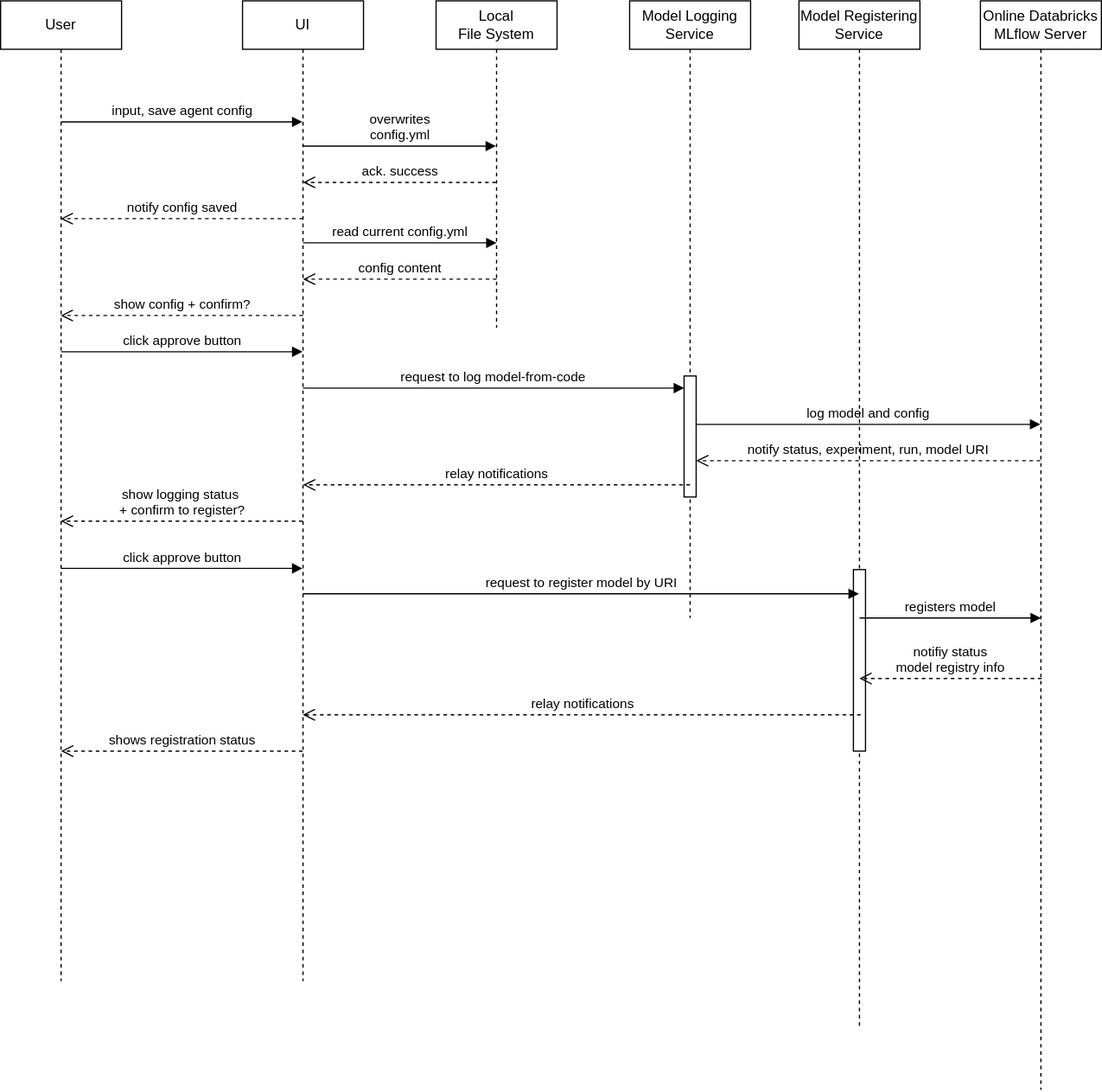
Above: agent-authoring-app.drawio.svg in joshuavaple/draw-io (draw.io), before the change. Source tidied: cells renumbered, new cells last; positions are measured from the earlier drawing's top-left corner, leaving out a move shared by most shapes.
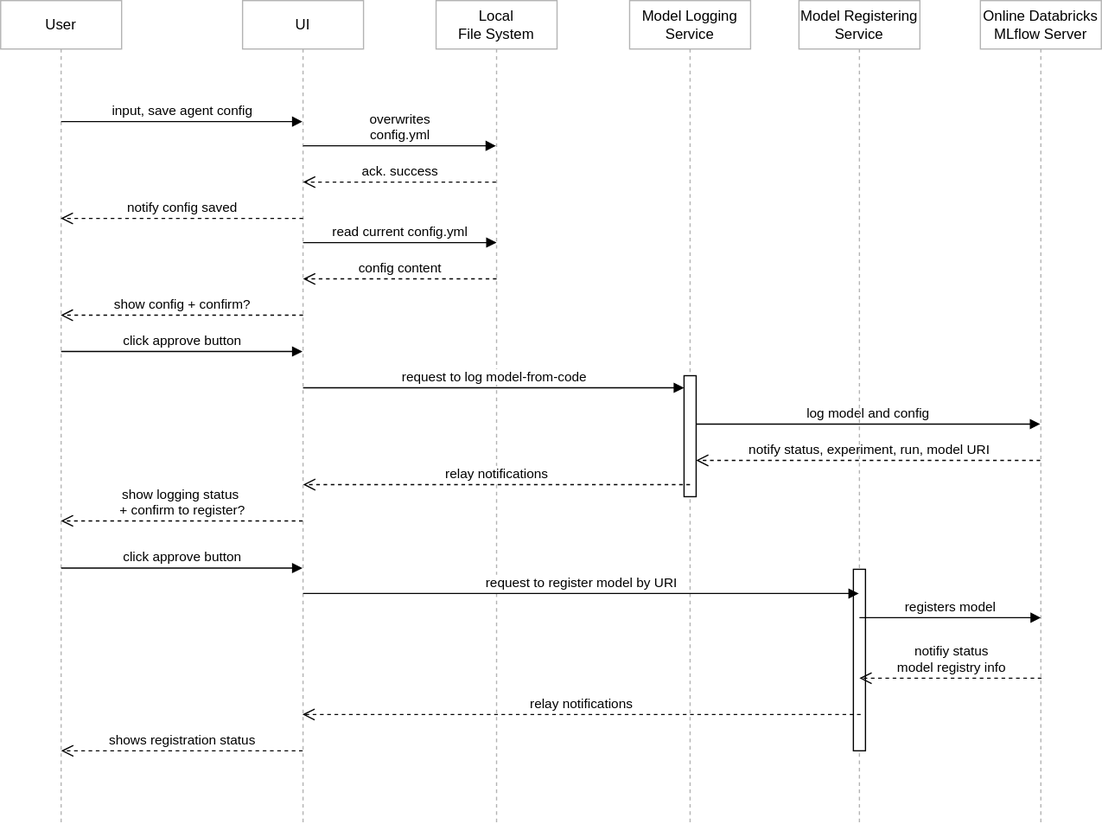
The same file after the commit.

Commit message:
improved formatting

Diff of the diagram source:
```diff
@@ -2,11 +2,11 @@
   <root>
     <mxCell id="0" />
     <mxCell id="1" parent="0" />
-    <mxCell id="2" value="UI" style="shape=umlLifeline;perimeter=lifelinePerimeter;whiteSpace=wrap;html=1;outlineConnect=0;portConstraint=eastwest;newEdgeStyle={&quot;edgeStyle&quot;:&quot;elbowEdgeStyle&quot;,&quot;elbow&quot;:&quot;vertical&quot;,&quot;curved&quot;:0,&quot;rounded&quot;:0};" parent="1" vertex="1">
-      <mxGeometry x="200" width="100" height="810" as="geometry" />
+    <mxCell id="2" value="UI" style="shape=umlLifeline;perimeter=lifelinePerimeter;whiteSpace=wrap;html=1;outlineConnect=0;portConstraint=eastwest;newEdgeStyle={&quot;edgeStyle&quot;:&quot;elbowEdgeStyle&quot;,&quot;elbow&quot;:&quot;vertical&quot;,&quot;curved&quot;:0,&quot;rounded&quot;:0};strokeColor=#B3B3B3;" parent="1" vertex="1">
+      <mxGeometry x="200" width="100" height="680" as="geometry" />
     </mxCell>
-    <mxCell id="3" value="User" style="shape=umlLifeline;perimeter=lifelinePerimeter;whiteSpace=wrap;html=1;newEdgeStyle={&quot;curved&quot;:0,&quot;rounded&quot;:0};" parent="1" vertex="1">
-      <mxGeometry width="100" height="810" as="geometry" />
+    <mxCell id="3" value="User" style="shape=umlLifeline;perimeter=lifelinePerimeter;whiteSpace=wrap;html=1;newEdgeStyle={&quot;curved&quot;:0,&quot;rounded&quot;:0};strokeColor=#B3B3B3;" parent="1" vertex="1">
+      <mxGeometry width="100" height="680" as="geometry" />
     </mxCell>
     <mxCell id="4" value="input, save agent config" style="html=1;verticalAlign=bottom;endArrow=block;curved=0;rounded=0;" parent="1" edge="1" target="2">
       <mxGeometry relative="1" as="geometry">
@@ -16,8 +16,8 @@
         </Array>
       </mxGeometry>
     </mxCell>
-    <mxCell id="5" value="Local&lt;div&gt;File System&lt;/div&gt;" style="shape=umlLifeline;perimeter=lifelinePerimeter;whiteSpace=wrap;html=1;outlineConnect=0;portConstraint=eastwest;newEdgeStyle={&quot;edgeStyle&quot;:&quot;elbowEdgeStyle&quot;,&quot;elbow&quot;:&quot;vertical&quot;,&quot;curved&quot;:0,&quot;rounded&quot;:0};" parent="1" vertex="1">
-      <mxGeometry x="360" width="100" height="270" as="geometry" />
+    <mxCell id="5" value="Local&lt;div&gt;File System&lt;/div&gt;" style="shape=umlLifeline;perimeter=lifelinePerimeter;whiteSpace=wrap;html=1;outlineConnect=0;portConstraint=eastwest;newEdgeStyle={&quot;edgeStyle&quot;:&quot;elbowEdgeStyle&quot;,&quot;elbow&quot;:&quot;vertical&quot;,&quot;curved&quot;:0,&quot;rounded&quot;:0};strokeColor=#B3B3B3;" parent="1" vertex="1">
+      <mxGeometry x="360" width="100" height="680" as="geometry" />
     </mxCell>
     <mxCell id="6" value="overwrites&lt;div&gt;config.yml&lt;/div&gt;" style="html=1;verticalAlign=bottom;endArrow=block;curved=0;rounded=0;" parent="1" edge="1" target="5">
       <mxGeometry relative="1" as="geometry">
@@ -48,8 +48,8 @@
         <mxPoint x="249.5" y="290" as="targetPoint" />
       </mxGeometry>
     </mxCell>
-    <mxCell id="11" value="Model Logging Service" style="shape=umlLifeline;perimeter=lifelinePerimeter;whiteSpace=wrap;html=1;newEdgeStyle={&quot;edgeStyle&quot;:&quot;elbowEdgeStyle&quot;,&quot;elbow&quot;:&quot;vertical&quot;,&quot;curved&quot;:0,&quot;rounded&quot;:0};" parent="1" vertex="1">
-      <mxGeometry x="520" width="100" height="510" as="geometry" />
+    <mxCell id="11" value="Model Logging Service" style="shape=umlLifeline;perimeter=lifelinePerimeter;whiteSpace=wrap;html=1;newEdgeStyle={&quot;edgeStyle&quot;:&quot;elbowEdgeStyle&quot;,&quot;elbow&quot;:&quot;vertical&quot;,&quot;curved&quot;:0,&quot;rounded&quot;:0};strokeColor=#B3B3B3;" parent="1" vertex="1">
+      <mxGeometry x="520" width="100" height="680" as="geometry" />
     </mxCell>
     <mxCell id="12" style="html=1;points=[[0,0,0,0,5],[0,1,0,0,-5],[1,0,0,0,5],[1,1,0,0,-5]];perimeter=orthogonalPerimeter;outlineConnect=0;targetShapes=umlLifeline;portConstraint=eastwest;newEdgeStyle={&quot;curved&quot;:0,&quot;rounded&quot;:0};" parent="11" vertex="1">
       <mxGeometry x="45" y="310" width="10" height="100" as="geometry" />
@@ -64,8 +64,8 @@
         <mxPoint x="575" y="380" as="targetPoint" />
       </mxGeometry>
     </mxCell>
-    <mxCell id="15" value="Online Databricks MLflow Server" style="shape=umlLifeline;perimeter=lifelinePerimeter;whiteSpace=wrap;html=1;outlineConnect=0;portConstraint=eastwest;newEdgeStyle={&quot;edgeStyle&quot;:&quot;elbowEdgeStyle&quot;,&quot;elbow&quot;:&quot;vertical&quot;,&quot;curved&quot;:0,&quot;rounded&quot;:0};" parent="1" vertex="1">
-      <mxGeometry x="810" width="100" height="900" as="geometry" />
+    <mxCell id="15" value="Online Databricks MLflow Server" style="shape=umlLifeline;perimeter=lifelinePerimeter;whiteSpace=wrap;html=1;outlineConnect=0;portConstraint=eastwest;newEdgeStyle={&quot;edgeStyle&quot;:&quot;elbowEdgeStyle&quot;,&quot;elbow&quot;:&quot;vertical&quot;,&quot;curved&quot;:0,&quot;rounded&quot;:0};strokeColor=#B3B3B3;" parent="1" vertex="1">
+      <mxGeometry x="810" width="100" height="680" as="geometry" />
     </mxCell>
     <mxCell id="16" value="log model and config" style="html=1;verticalAlign=bottom;endArrow=block;curved=0;rounded=0;jumpStyle=arc;" parent="1" edge="1" target="15">
       <mxGeometry relative="1" as="geometry">
@@ -90,8 +90,8 @@
         <mxPoint x="49.8" y="430" as="targetPoint" />
       </mxGeometry>
     </mxCell>
-    <mxCell id="20" value="Model Registering Service" style="shape=umlLifeline;perimeter=lifelinePerimeter;whiteSpace=wrap;html=1;newEdgeStyle={&quot;edgeStyle&quot;:&quot;elbowEdgeStyle&quot;,&quot;elbow&quot;:&quot;vertical&quot;,&quot;curved&quot;:0,&quot;rounded&quot;:0};" parent="1" vertex="1">
-      <mxGeometry x="660" width="100" height="850" as="geometry" />
+    <mxCell id="20" value="Model Registering Service" style="shape=umlLifeline;perimeter=lifelinePerimeter;whiteSpace=wrap;html=1;newEdgeStyle={&quot;edgeStyle&quot;:&quot;elbowEdgeStyle&quot;,&quot;elbow&quot;:&quot;vertical&quot;,&quot;curved&quot;:0,&quot;rounded&quot;:0};strokeColor=#B3B3B3;" parent="1" vertex="1">
+      <mxGeometry x="660" width="100" height="680" as="geometry" />
     </mxCell>
     <mxCell id="21" style="html=1;perimeter=orthogonalPerimeter;targetShapes=umlLifeline;newEdgeStyle={&quot;curved&quot;:0,&quot;rounded&quot;:0};" parent="20" vertex="1">
       <mxGeometry x="45" y="470" width="10" height="150" as="geometry" />
```
